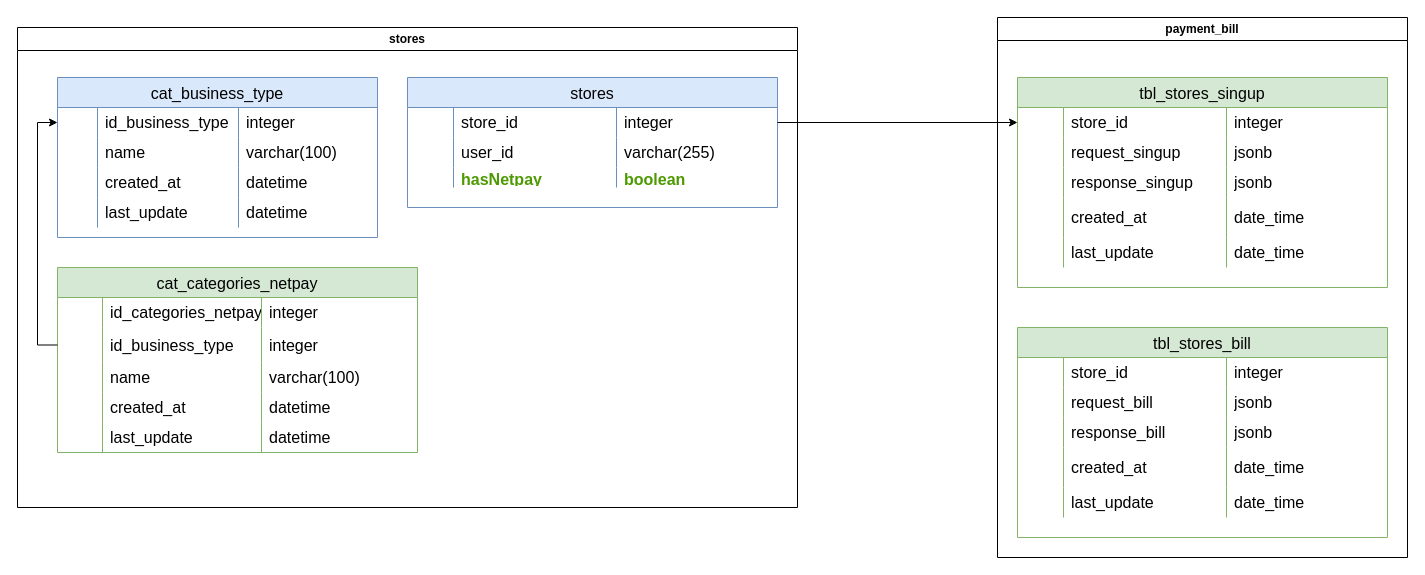
Above: Data base/SmartOnboarding-Adquirencia.drawio in marcoluisdf/documentacion (draw.io), before the change. Source tidied: cells renumbered, new cells numbered last; positions are measured from the earlier drawing's top-left corner, leaving out a move shared by most shapes. Both pictures are drawn from the tidied source at 100%, with x=0, y=0 at pixel (17, 17).
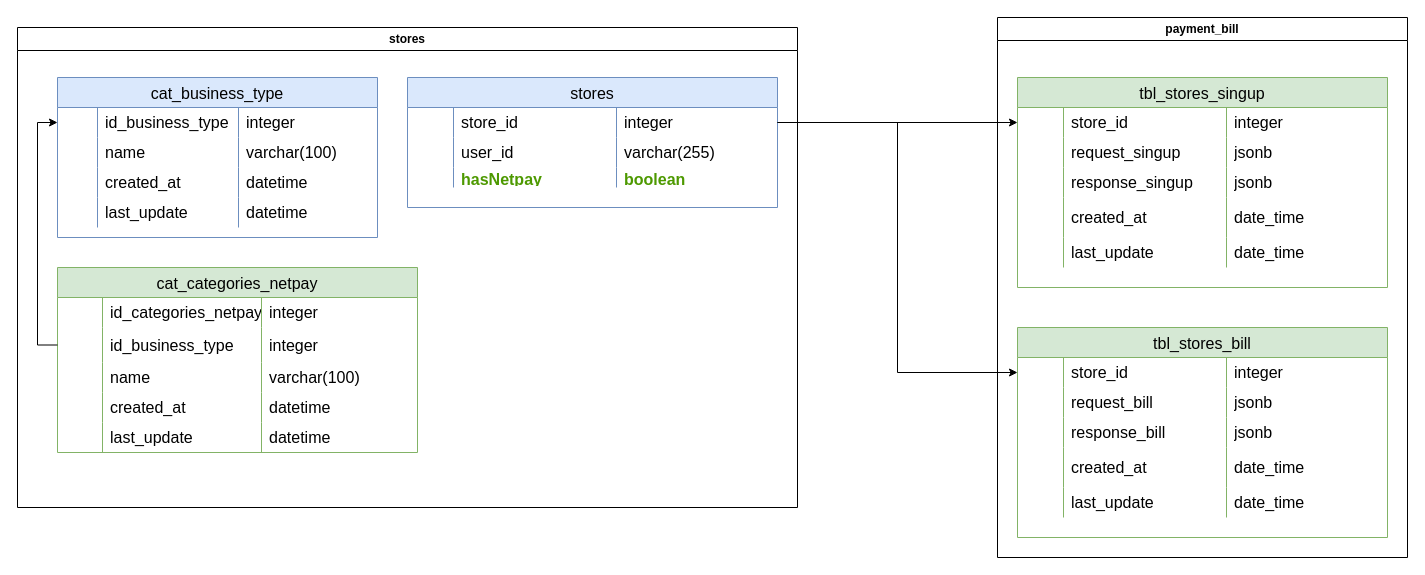
After the change.

The change refers to these unchanged cells:
```xml
<mxCell id="25" style="shape=tableRow;horizontal=0;startSize=0;swimlaneHead=0;swimlaneBody=0;top=0;left=0;bottom=0;right=0;fillColor=none;points=[[0,0.5],[1,0.5]];portConstraint=eastwest;strokeColor=inherit;fontSize=16;" parent="24" vertex="1">
  <mxGeometry y="30" width="370" height="30" as="geometry" />
</mxCell>
<mxCell id="86" style="shape=tableRow;horizontal=0;startSize=0;swimlaneHead=0;swimlaneBody=0;top=0;left=0;bottom=0;right=0;fillColor=none;points=[[0,0.5],[1,0.5]];portConstraint=eastwest;strokeColor=inherit;fontSize=16;" parent="85" vertex="1">
  <mxGeometry y="30" width="370" height="30" as="geometry" />
</mxCell>
```

Change to the diagram source:
```diff
@@
+    <mxCell id="99" style="edgeStyle=orthogonalEdgeStyle;rounded=0;jettySize=auto;html=1;exitX=1;exitY=0.5;exitDx=0;exitDy=0;" parent="1" edge="1" source="86" target="25">
+      <mxGeometry relative="1" as="geometry" />
+    </mxCell>
```
